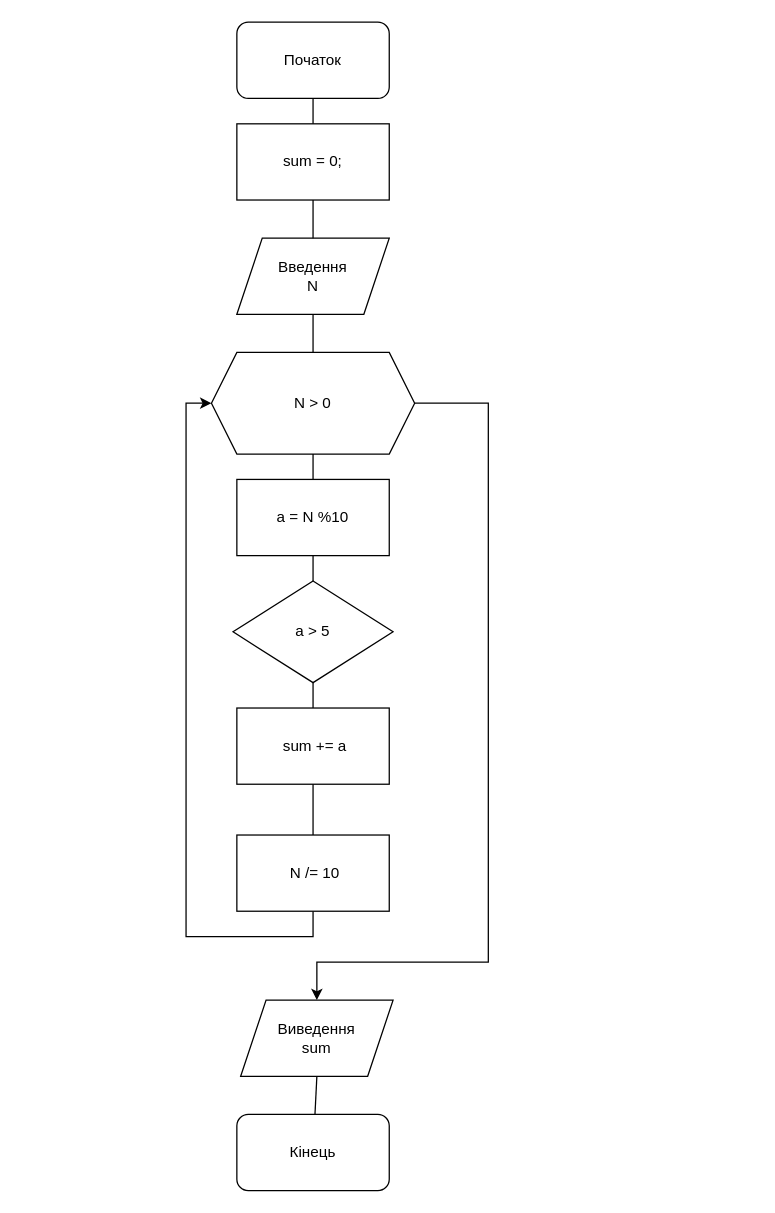
This is Lab_6.drawio from TheVempec/C_PLUSPLUS, a draw.io file, before an edit. Source tidied: cells renumbered, new cells numbered last; positions are measured from the earlier drawing's top-left corner, leaving out a move shared by most shapes. Both pictures are drawn from the tidied source at 127%, with x=0, y=0 at pixel (211, 22).
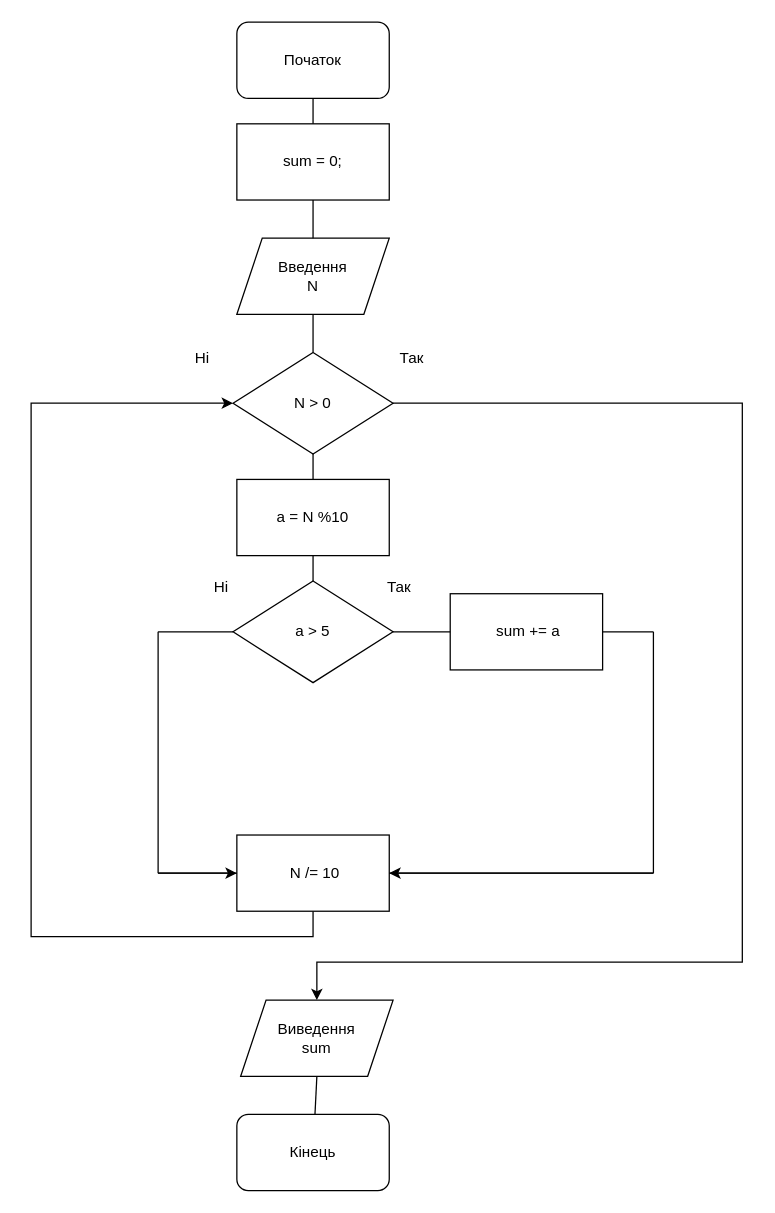
After the change.

Unchanged cells that the change refers to:
```xml
<mxCell id="4" value="Введення&lt;br&gt;N" style="shape=parallelogram;perimeter=parallelogramPerimeter;whiteSpace=wrap;html=1;fixedSize=1;" parent="1" vertex="1">
  <mxGeometry x="20" y="170" width="120" height="60" as="geometry" />
</mxCell>
<mxCell id="5" value="a &amp;gt; 5" style="rhombus;whiteSpace=wrap;html=1;" parent="1" vertex="1">
  <mxGeometry x="17" y="440" width="126" height="80" as="geometry" />
</mxCell>
<mxCell id="6" value="a = N %10" style="rounded=0;whiteSpace=wrap;html=1;" parent="1" vertex="1">
  <mxGeometry x="20" y="360" width="120" height="60" as="geometry" />
</mxCell>
<mxCell id="10" value="&amp;nbsp;N /= 10" style="rounded=0;whiteSpace=wrap;html=1;" parent="1" vertex="1">
  <mxGeometry x="20" y="640" width="120" height="60" as="geometry" />
</mxCell>
<mxCell id="11" value="Виведення&lt;br&gt;sum" style="shape=parallelogram;perimeter=parallelogramPerimeter;whiteSpace=wrap;html=1;fixedSize=1;" parent="1" vertex="1">
  <mxGeometry x="23" y="770" width="120" height="60" as="geometry" />
</mxCell>
<mxCell id="12" value="Кінець" style="rounded=1;whiteSpace=wrap;html=1;" parent="1" vertex="1">
  <mxGeometry x="20" y="860" width="120" height="60" as="geometry" />
</mxCell>
```

Diff of the diagram source:
```diff
@@
     <mxCell id="7" style="edgeStyle=orthogonalEdgeStyle;rounded=0;jettySize=auto;html=1;exitX=1;exitY=0.5;exitDx=0;exitDy=0;" parent="1" edge="1" source="16" target="11">
       <mxGeometry relative="1" as="geometry">
         <Array as="points">
-          <mxPoint x="218" y="300" />
-          <mxPoint x="218" y="740" />
+          <mxPoint x="418" y="300" />
+          <mxPoint x="418" y="740" />
           <mxPoint x="83" y="740" />
         </Array>
       </mxGeometry>
     </mxCell>
     <mxCell id="8" value="&amp;nbsp;sum += a" style="rounded=0;whiteSpace=wrap;html=1;" parent="1" vertex="1">
-      <mxGeometry x="20" y="540" width="120" height="60" as="geometry" />
+      <mxGeometry x="188" y="450" width="120" height="60" as="geometry" />
     </mxCell>
     <mxCell id="9" style="edgeStyle=orthogonalEdgeStyle;rounded=0;jettySize=auto;html=1;exitX=0.5;exitY=1;exitDx=0;exitDy=0;entryX=0;entryY=0.5;entryDx=0;entryDy=0;" parent="1" edge="1" source="10" target="16">
-      <mxGeometry relative="1" as="geometry" />
+      <mxGeometry relative="1" as="geometry">
+        <Array as="points">
+          <mxPoint x="80" y="720" />
+          <mxPoint x="-142" y="720" />
+          <mxPoint x="-142" y="300" />
+        </Array>
+      </mxGeometry>
     </mxCell>
@@
-    <mxCell id="15" style="endArrow=none;html=1;rounded=0;entryX=0.5;entryY=1;entryDx=0;entryDy=0;exitX=0.5;exitY=0;exitDx=0;exitDy=0;" parent="1" edge="1" source="16" target="4">
-      <mxGeometry relative="1" as="geometry" />
+    <mxCell id="15" style="endArrow=none;html=1;rounded=0;entryX=0.5;entryY=1;entryDx=0;entryDy=0;exitX=0.5;exitY=0;exitDx=0;exitDy=0;" parent="1" edge="1" target="4">
+      <mxGeometry relative="1" as="geometry">
+        <mxPoint x="80" y="260" as="sourcePoint" />
+      </mxGeometry>
     </mxCell>
-    <mxCell id="16" value="N &amp;gt; 0" style="shape=hexagon;perimeter=hexagonPerimeter2;whiteSpace=wrap;html=1;fixedSize=1;" parent="1" vertex="1">
-      <mxGeometry y="260" width="160" height="80" as="geometry" />
-    </mxCell>
-    <mxCell id="17" style="endArrow=none;html=1;rounded=0;entryX=0.5;entryY=1;entryDx=0;entryDy=0;exitX=0.5;exitY=0;exitDx=0;exitDy=0;" parent="1" edge="1" source="6" target="16">
-      <mxGeometry relative="1" as="geometry" />
+    <mxCell id="17" style="endArrow=none;html=1;rounded=0;entryX=0.5;entryY=1;entryDx=0;entryDy=0;exitX=0.5;exitY=0;exitDx=0;exitDy=0;" parent="1" edge="1" source="6">
+      <mxGeometry relative="1" as="geometry">
+        <mxPoint x="80" y="340" as="targetPoint" />
+      </mxGeometry>
     </mxCell>
@@
+    <mxCell id="21" style="endArrow=none;html=1;rounded=0;entryX=0.5;entryY=1;entryDx=0;entryDy=0;" parent="1" edge="1" source="12" target="11">
+      <mxGeometry relative="1" as="geometry" />
+    </mxCell>
-    <mxCell id="19" style="endArrow=none;html=1;rounded=0;entryX=0.5;entryY=1;entryDx=0;entryDy=0;exitX=0.5;exitY=0;exitDx=0;exitDy=0;" parent="1" edge="1" source="8" target="5">
+    <mxCell id="19" style="endArrow=none;html=1;rounded=0;entryX=1;entryY=0.5;entryDx=0;entryDy=0;" parent="1" edge="1" source="8" target="5">
       <mxGeometry relative="1" as="geometry" />
     </mxCell>
-    <mxCell id="20" style="endArrow=none;html=1;rounded=0;entryX=0.5;entryY=1;entryDx=0;entryDy=0;exitX=0.5;exitY=0;exitDx=0;exitDy=0;" parent="1" edge="1" source="10" target="8">
-      <mxGeometry relative="1" as="geometry" />
-    </mxCell>
-    <mxCell id="21" style="endArrow=none;html=1;rounded=0;entryX=0.5;entryY=1;entryDx=0;entryDy=0;" parent="1" edge="1" source="12" target="11">
-      <mxGeometry relative="1" as="geometry" />
-    </mxCell>
+    <mxCell id="22" style="endArrow=none;html=1;rounded=0;entryX=1;entryY=0.5;entryDx=0;entryDy=0;" parent="1" edge="1" target="8">
+      <mxGeometry relative="1" as="geometry">
+        <mxPoint x="348" y="480" as="sourcePoint" />
+      </mxGeometry>
+    </mxCell>
+    <mxCell id="23" style="endArrow=none;html=1;rounded=0;" parent="1" edge="1">
+      <mxGeometry relative="1" as="geometry">
+        <mxPoint x="348" y="670" as="sourcePoint" />
+        <mxPoint x="348" y="480" as="targetPoint" />
+      </mxGeometry>
+    </mxCell>
+    <mxCell id="24" style="endArrow=none;html=1;rounded=0;exitX=1;exitY=0.5;exitDx=0;exitDy=0;" parent="1" edge="1" source="10">
+      <mxGeometry relative="1" as="geometry">
+        <mxPoint x="348" y="670" as="targetPoint" />
+      </mxGeometry>
+    </mxCell>
+    <mxCell id="25" style="endArrow=none;html=1;rounded=0;entryX=0;entryY=0.5;entryDx=0;entryDy=0;" parent="1" edge="1" target="5">
+      <mxGeometry relative="1" as="geometry">
+        <mxPoint x="-42" y="480" as="sourcePoint" />
+      </mxGeometry>
+    </mxCell>
+    <mxCell id="26" style="endArrow=none;html=1;rounded=0;" parent="1" edge="1">
+      <mxGeometry relative="1" as="geometry">
+        <mxPoint x="-42" y="670" as="sourcePoint" />
+        <mxPoint x="-42" y="480" as="targetPoint" />
+      </mxGeometry>
+    </mxCell>
+    <mxCell id="27" style="endArrow=none;html=1;rounded=0;exitX=0;exitY=0.5;exitDx=0;exitDy=0;" parent="1" edge="1" source="10">
+      <mxGeometry relative="1" as="geometry">
+        <mxPoint x="-42" y="670" as="targetPoint" />
+      </mxGeometry>
+    </mxCell>
+    <mxCell id="28" value="Так" style="text;html=1;whiteSpace=wrap;strokeColor=none;fillColor=none;align=center;verticalAlign=middle;rounded=0;" parent="1" vertex="1">
+      <mxGeometry x="118" y="430" width="60" height="30" as="geometry" />
+    </mxCell>
+    <mxCell id="29" value="Ні" style="text;html=1;whiteSpace=wrap;strokeColor=none;fillColor=none;align=center;verticalAlign=middle;rounded=0;" parent="1" vertex="1">
+      <mxGeometry x="-22" y="430" width="60" height="30" as="geometry" />
+    </mxCell>
+    <mxCell id="30" style="endArrow=classic;html=1;rounded=0;entryX=0;entryY=0.5;entryDx=0;entryDy=0;" parent="1" edge="1" target="10">
+      <mxGeometry relative="1" as="geometry">
+        <mxPoint x="-42" y="670" as="sourcePoint" />
+      </mxGeometry>
+    </mxCell>
+    <mxCell id="31" style="endArrow=classic;html=1;rounded=0;entryX=1;entryY=0.5;entryDx=0;entryDy=0;" parent="1" edge="1" target="10">
+      <mxGeometry relative="1" as="geometry">
+        <mxPoint x="348" y="670" as="sourcePoint" />
+      </mxGeometry>
+    </mxCell>
+    <mxCell id="16" value="N &amp;gt; 0" style="rhombus;whiteSpace=wrap;html=1;" parent="1" vertex="1">
+      <mxGeometry x="17" y="260" width="126" height="80" as="geometry" />
+    </mxCell>
+    <mxCell id="32" value="Так" style="text;html=1;whiteSpace=wrap;strokeColor=none;fillColor=none;align=center;verticalAlign=middle;rounded=0;" parent="1" vertex="1">
+      <mxGeometry x="128" y="250" width="60" height="30" as="geometry" />
+    </mxCell>
+    <mxCell id="33" value="Ні" style="text;html=1;whiteSpace=wrap;strokeColor=none;fillColor=none;align=center;verticalAlign=middle;rounded=0;" parent="1" vertex="1">
+      <mxGeometry x="-37" y="250" width="60" height="30" as="geometry" />
+    </mxCell>
```
